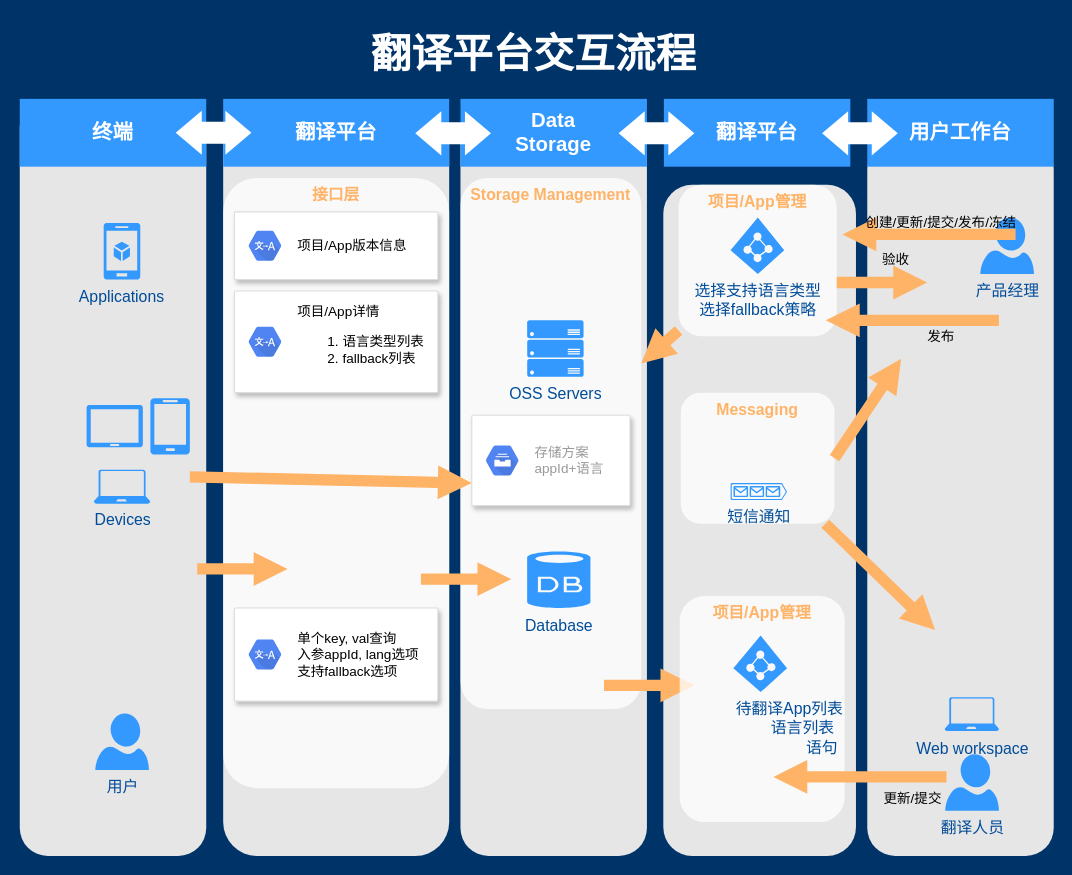
Before: craft/frontend_local.drawio in feihu618/drawio, a draw.io diagram. Source tidied: cells renumbered, new cells numbered last; positions are measured from the earlier drawing's top-left corner, leaving out a move shared by most shapes. Both pictures are drawn from the tidied source at 113%, with x=0, y=0 at pixel (19, 19).
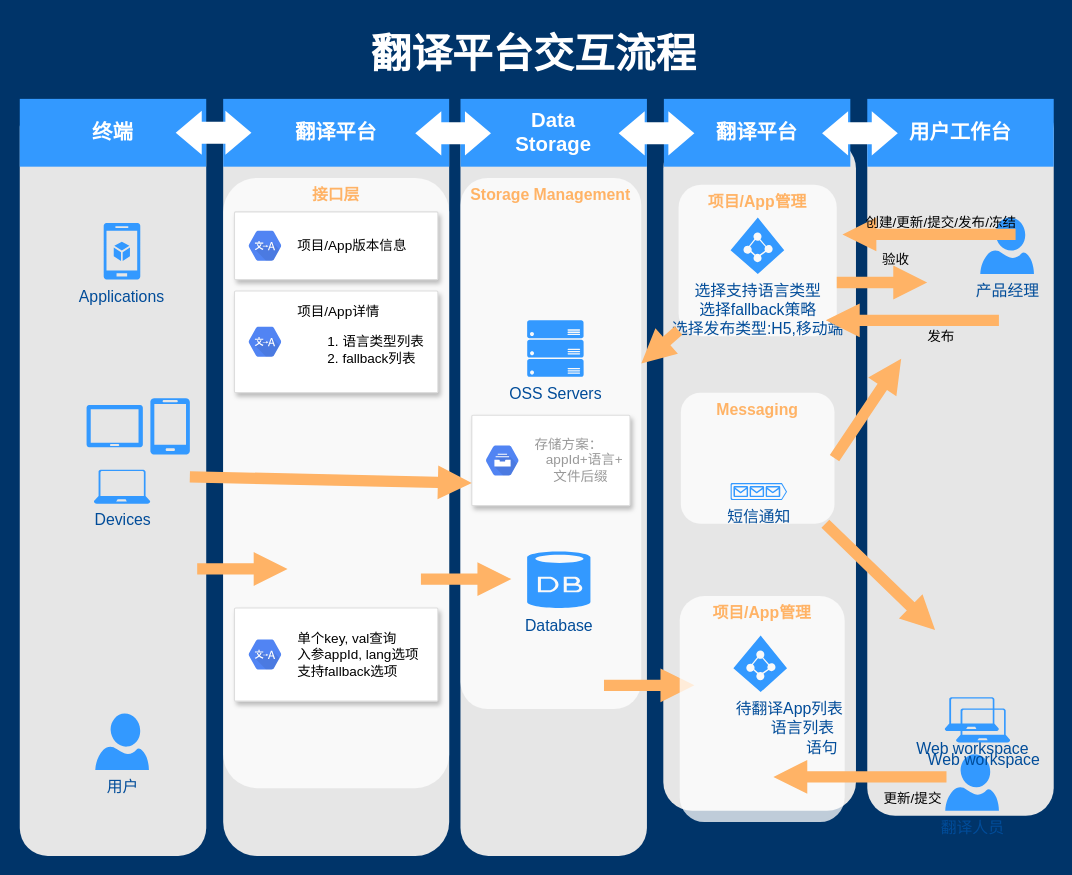
The same diagram, later.

Unchanged cells that the change refers to:
```xml
<mxCell id="55" style="strokeColor=#dddddd;shadow=1;strokeWidth=1;rounded=1;absoluteArcSize=1;arcSize=2;fontColor=#000000;align=left;" parent="1" vertex="1">
  <mxGeometry x="400" y="350" width="140" height="80" as="geometry" />
</mxCell>
```

Diff of the diagram source:
```diff
@@
     <mxCell id="5" style="rounded=1;whiteSpace=wrap;html=1;dashed=1;strokeColor=none;strokeWidth=2;fillColor=#E6E6E6;fontFamily=Verdana;fontSize=12;fontColor=#00BEF2;" parent="1" vertex="1">
-      <mxGeometry x="569.5" y="146" width="170.5" height="594" as="geometry" />
+      <mxGeometry x="569.5" y="106" width="170.5" height="594" as="geometry" />
     </mxCell>
     <mxCell id="6" style="rounded=1;whiteSpace=wrap;html=1;dashed=1;strokeColor=none;strokeWidth=2;fillColor=#E6E6E6;fontFamily=Verdana;fontSize=12;fontColor=#00BEF2;" parent="1" vertex="1">
-      <mxGeometry x="750" y="107" width="165" height="633" as="geometry" />
+      <mxGeometry x="750" y="71.5" width="165" height="633" as="geometry" />
     </mxCell>
@@
-    <mxCell id="27" value="选择支持语言类型&lt;br&gt;选择fallback策略" style="verticalLabelPosition=bottom;html=1;verticalAlign=top;strokeColor=none;fillColor=#3399FF;shape=mxgraph.azure.azure_active_directory;dashed=1;fontFamily=Helvetica;fontSize=14;fontColor=#004C99;" parent="1" vertex="1">
+    <mxCell id="27" value="选择支持语言类型&lt;br&gt;选择fallback策略&lt;br&gt;选择发布类型:H5,移动端" style="verticalLabelPosition=bottom;html=1;verticalAlign=top;strokeColor=none;fillColor=#3399FF;shape=mxgraph.azure.azure_active_directory;dashed=1;fontFamily=Helvetica;fontSize=14;fontColor=#004C99;" parent="1" vertex="1">
       <mxGeometry x="629" y="175" width="47.5" height="50" as="geometry" />
     </mxCell>
@@
-    <mxCell id="56" value="存储方案&lt;br&gt;appId+语言" style="sketch=0;dashed=0;html=1;fillColor=#5184F3;strokeColor=none;shape=mxgraph.gcp2.hexIcon;prIcon=cloud_filestore;labelPosition=right;verticalLabelPosition=middle;align=left;verticalAlign=middle;spacingLeft=5;fontColor=#999999;fontSize=12;" parent="55" vertex="1">
+    <mxCell id="56" value="存储方案：&lt;br&gt;&amp;nbsp; &amp;nbsp;appId+语言+&lt;br&gt;&amp;nbsp; &amp;nbsp; &amp;nbsp;文件后缀" style="sketch=0;dashed=0;html=1;fillColor=#5184F3;strokeColor=none;shape=mxgraph.gcp2.hexIcon;prIcon=cloud_filestore;labelPosition=right;verticalLabelPosition=middle;align=left;verticalAlign=middle;spacingLeft=5;fontColor=#999999;fontSize=12;" parent="55" vertex="1">
       <mxGeometry y="0.5" width="44" height="39" relative="1" as="geometry">
         <mxPoint x="5" y="-19.5" as="offset" />
       </mxGeometry>
     </mxCell>
@@
+    <mxCell id="58" value="Web&amp;nbsp;workspace" style="verticalLabelPosition=bottom;html=1;verticalAlign=top;strokeColor=none;fillColor=#3399FF;shape=mxgraph.azure.laptop;dashed=1;fontFamily=Helvetica;fontSize=14;fontColor=#004C99;" parent="1" vertex="1">
+      <mxGeometry x="828.5" y="609.5" width="48" height="30" as="geometry" />
+    </mxCell>
```
